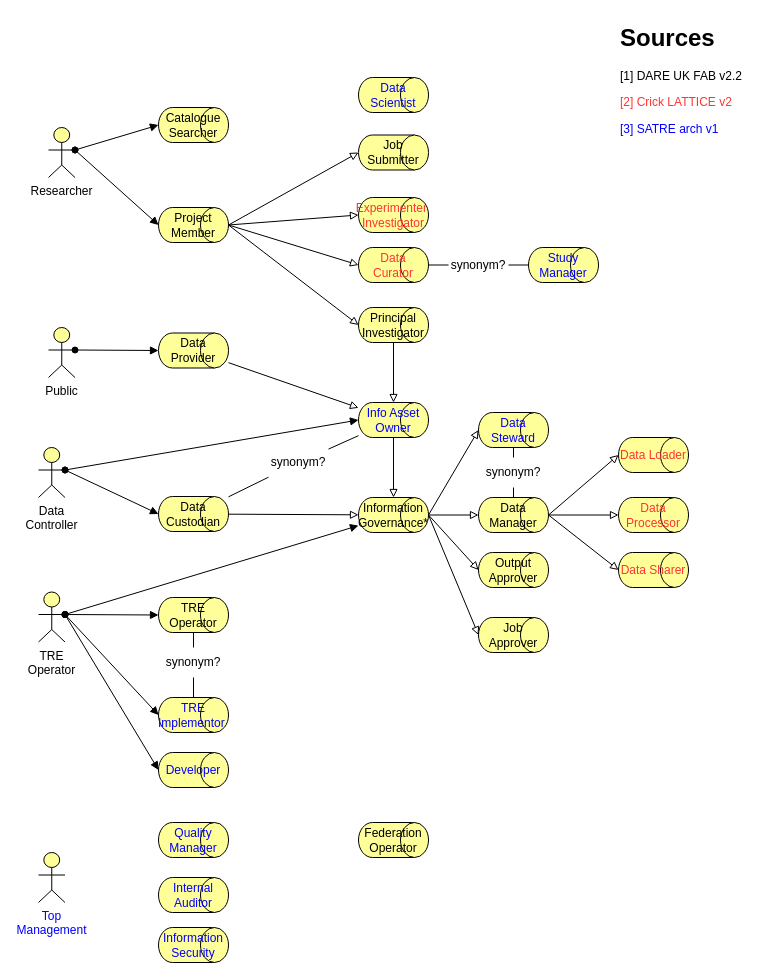
The draw.io diagram page "Page-1" (1 of 2) of Docs/Diagrams/TRE_Actors_Roles.drawio in sa-tre/satre-high-level-design, before the edit. Source tidied: cells renumbered, new cells numbered last; positions are measured from the earlier drawing's top-left corner, leaving out a move shared by most shapes. Both pictures are drawn from the tidied source at 100%, with x=0, y=0 at pixel (38, 17).
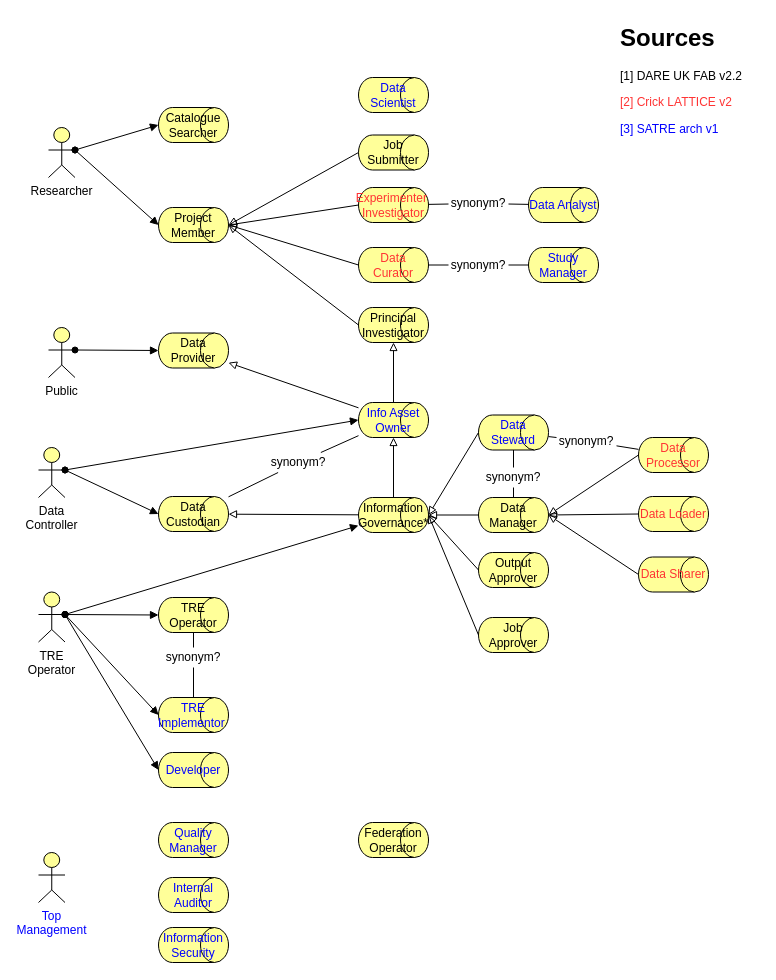
The same diagram, later.

Commit message (it also covers changes not shown here):
Updated diagram; fixed typos

Added SATRE Data Analyst as poss synonym for Experimenter / Investigator. Fixed semantic direction of specialisation arrows! Fixed typo in md.

The change refers to these unchanged cells:
```xml
<mxCell id="3" value="Project Member" style="html=1;outlineConnect=0;whiteSpace=wrap;fillColor=#ffff99;shape=mxgraph.archimate3.role;fontColor=#000000;" parent="1" vertex="1">
  <mxGeometry x="120" y="190" width="70" height="35" as="geometry" />
</mxCell>
<mxCell id="5" value="Principal Investigator" style="html=1;outlineConnect=0;whiteSpace=wrap;fillColor=#ffff99;shape=mxgraph.archimate3.role;fontColor=#000000;" parent="1" vertex="1">
  <mxGeometry x="320" y="290" width="70" height="35" as="geometry" />
</mxCell>
<mxCell id="6" value="Job Submitter" style="html=1;outlineConnect=0;whiteSpace=wrap;fillColor=#ffff99;shape=mxgraph.archimate3.role;fontColor=#000000;" parent="1" vertex="1">
  <mxGeometry x="320" y="117.5" width="70" height="35" as="geometry" />
</mxCell>
<mxCell id="8" value="Output Approver" style="html=1;outlineConnect=0;whiteSpace=wrap;fillColor=#ffff99;shape=mxgraph.archimate3.role;fontColor=#000000;" parent="1" vertex="1">
  <mxGeometry x="440" y="535" width="70" height="35" as="geometry" />
</mxCell>
<mxCell id="9" value="Data Manager" style="html=1;outlineConnect=0;whiteSpace=wrap;fillColor=#ffff99;shape=mxgraph.archimate3.role;fontColor=#000000;" parent="1" vertex="1">
  <mxGeometry x="440" y="480" width="70" height="35" as="geometry" />
</mxCell>
<mxCell id="10" value="Job Approver" style="html=1;outlineConnect=0;whiteSpace=wrap;fillColor=#ffff99;shape=mxgraph.archimate3.role;fontColor=#000000;" parent="1" vertex="1">
  <mxGeometry x="440" y="600" width="70" height="35" as="geometry" />
</mxCell>
<mxCell id="12" value="Data Custodian" style="html=1;outlineConnect=0;whiteSpace=wrap;fillColor=#ffff99;shape=mxgraph.archimate3.role;" parent="1" vertex="1">
  <mxGeometry x="120" y="479" width="70" height="35" as="geometry" />
</mxCell>
<mxCell id="16" value="Data Provider" style="html=1;outlineConnect=0;whiteSpace=wrap;fillColor=#ffff99;shape=mxgraph.archimate3.role;" parent="1" vertex="1">
  <mxGeometry x="120" y="315.5" width="70" height="35" as="geometry" />
</mxCell>
<mxCell id="20" value="Data Curator" style="html=1;outlineConnect=0;whiteSpace=wrap;fillColor=#ffff99;shape=mxgraph.archimate3.role;fontColor=#FF3333;" parent="1" vertex="1">
  <mxGeometry x="320" y="230" width="70" height="35" as="geometry" />
</mxCell>
<mxCell id="34" value="&lt;font style=&quot;color: rgb(0, 0, 255);&quot;&gt;Info Asset Owner&lt;/font&gt;" style="html=1;outlineConnect=0;whiteSpace=wrap;fillColor=#ffff99;shape=mxgraph.archimate3.role;" parent="1" vertex="1">
  <mxGeometry x="320" y="385" width="70" height="35" as="geometry" />
</mxCell>
<mxCell id="48" value="Information Governance*" style="html=1;outlineConnect=0;whiteSpace=wrap;fillColor=#ffff99;shape=mxgraph.archimate3.role;fontColor=#000000;" parent="1" vertex="1">
  <mxGeometry x="320" y="480" width="70" height="35" as="geometry" />
</mxCell>
```

Diff of the diagram source:
```diff
@@
     <mxCell id="7" value="Experimenter&amp;nbsp; Investigator" style="html=1;outlineConnect=0;whiteSpace=wrap;fillColor=#ffff99;shape=mxgraph.archimate3.role;fontColor=#FF3333;" parent="1" vertex="1">
-      <mxGeometry x="320" y="180" width="70" height="35" as="geometry" />
+      <mxGeometry x="320" y="170" width="70" height="35" as="geometry" />
     </mxCell>
@@
     <mxCell id="17" value="Data Loader" style="html=1;outlineConnect=0;whiteSpace=wrap;fillColor=#ffff99;shape=mxgraph.archimate3.role;fontColor=#FF3333;" parent="1" vertex="1">
-      <mxGeometry x="580" y="420" width="70" height="35" as="geometry" />
+      <mxGeometry x="600" y="479" width="70" height="35" as="geometry" />
     </mxCell>
     <mxCell id="18" value="Data Processor" style="html=1;outlineConnect=0;whiteSpace=wrap;fillColor=#ffff99;shape=mxgraph.archimate3.role;fontColor=#FF3333;" parent="1" vertex="1">
-      <mxGeometry x="580" y="480" width="70" height="35" as="geometry" />
+      <mxGeometry x="600" y="420" width="70" height="35" as="geometry" />
     </mxCell>
     <mxCell id="19" value="Data Sharer" style="html=1;outlineConnect=0;whiteSpace=wrap;fillColor=#ffff99;shape=mxgraph.archimate3.role;fontColor=#FF3333;" parent="1" vertex="1">
-      <mxGeometry x="580" y="535" width="70" height="35" as="geometry" />
+      <mxGeometry x="600" y="539.5" width="70" height="35" as="geometry" />
     </mxCell>
@@
-    <mxCell id="26" style="endArrow=block;html=1;endFill=0;elbow=vertical;rounded=0;exitX=1;exitY=0.5;exitDx=0;exitDy=0;exitPerimeter=0;entryX=0;entryY=0.5;entryDx=0;entryDy=0;entryPerimeter=0;fontColor=#000000;" parent="1" edge="1" source="3" target="6">
+    <mxCell id="26" style="endArrow=none;html=1;endFill=0;elbow=vertical;rounded=0;exitX=1;exitY=0.5;exitDx=0;exitDy=0;exitPerimeter=0;entryX=0;entryY=0.5;entryDx=0;entryDy=0;entryPerimeter=0;fontColor=#000000;startArrow=block;startFill=0;" parent="1" edge="1" source="3" target="6">
       <mxGeometry relative="1" as="geometry" />
     </mxCell>
-    <mxCell id="27" style="endArrow=block;html=1;endFill=0;elbow=vertical;rounded=0;exitX=1;exitY=0.5;exitDx=0;exitDy=0;exitPerimeter=0;entryX=0;entryY=0.5;entryDx=0;entryDy=0;entryPerimeter=0;fontColor=#000000;" parent="1" edge="1" source="3" target="7">
+    <mxCell id="27" style="endArrow=none;html=1;endFill=0;elbow=vertical;rounded=0;exitX=1;exitY=0.5;exitDx=0;exitDy=0;exitPerimeter=0;entryX=0;entryY=0.5;entryDx=0;entryDy=0;entryPerimeter=0;fontColor=#000000;startArrow=block;startFill=0;" parent="1" edge="1" source="3" target="7">
       <mxGeometry relative="1" as="geometry" />
     </mxCell>
-    <mxCell id="28" style="endArrow=block;html=1;endFill=0;elbow=vertical;rounded=0;exitX=1;exitY=0.5;exitDx=0;exitDy=0;exitPerimeter=0;entryX=0;entryY=0.5;entryDx=0;entryDy=0;entryPerimeter=0;fontColor=#000000;" parent="1" edge="1" source="3" target="20">
+    <mxCell id="28" style="endArrow=none;html=1;endFill=0;elbow=vertical;rounded=0;exitX=1;exitY=0.5;exitDx=0;exitDy=0;exitPerimeter=0;entryX=0;entryY=0.5;entryDx=0;entryDy=0;entryPerimeter=0;fontColor=#000000;startArrow=block;startFill=0;" parent="1" edge="1" source="3" target="20">
       <mxGeometry relative="1" as="geometry" />
     </mxCell>
-    <mxCell id="29" style="endArrow=block;html=1;endFill=0;elbow=vertical;rounded=0;exitX=1;exitY=0.5;exitDx=0;exitDy=0;exitPerimeter=0;entryX=0;entryY=0.5;entryDx=0;entryDy=0;entryPerimeter=0;fontColor=#000000;" parent="1" edge="1" source="3" target="5">
+    <mxCell id="29" style="endArrow=none;html=1;endFill=0;elbow=vertical;rounded=0;exitX=1;exitY=0.5;exitDx=0;exitDy=0;exitPerimeter=0;entryX=0;entryY=0.5;entryDx=0;entryDy=0;entryPerimeter=0;fontColor=#000000;startArrow=block;startFill=0;" parent="1" edge="1" source="3" target="5">
       <mxGeometry relative="1" as="geometry" />
     </mxCell>
-    <mxCell id="30" style="endArrow=block;html=1;endFill=0;elbow=vertical;rounded=0;exitX=1;exitY=0.5;exitDx=0;exitDy=0;exitPerimeter=0;entryX=0;entryY=0.5;entryDx=0;entryDy=0;entryPerimeter=0;fontColor=#000000;" parent="1" edge="1" source="9" target="17">
+    <mxCell id="30" style="endArrow=none;html=1;endFill=0;elbow=vertical;rounded=0;exitX=1;exitY=0.5;exitDx=0;exitDy=0;exitPerimeter=0;entryX=0;entryY=0.5;entryDx=0;entryDy=0;entryPerimeter=0;fontColor=#000000;startArrow=block;startFill=0;" parent="1" edge="1" source="9" target="17">
       <mxGeometry relative="1" as="geometry" />
     </mxCell>
-    <mxCell id="31" style="endArrow=block;html=1;endFill=0;elbow=vertical;rounded=0;exitX=1;exitY=0.5;exitDx=0;exitDy=0;exitPerimeter=0;entryX=0;entryY=0.5;entryDx=0;entryDy=0;entryPerimeter=0;fontColor=#000000;" parent="1" edge="1" source="9" target="18">
+    <mxCell id="31" style="endArrow=none;html=1;endFill=0;elbow=vertical;rounded=0;exitX=1;exitY=0.5;exitDx=0;exitDy=0;exitPerimeter=0;entryX=0;entryY=0.5;entryDx=0;entryDy=0;entryPerimeter=0;fontColor=#000000;startArrow=block;startFill=0;" parent="1" edge="1" source="9" target="18">
       <mxGeometry relative="1" as="geometry" />
     </mxCell>
-    <mxCell id="32" style="endArrow=block;html=1;endFill=0;elbow=vertical;rounded=0;exitX=1;exitY=0.5;exitDx=0;exitDy=0;exitPerimeter=0;entryX=0;entryY=0.5;entryDx=0;entryDy=0;entryPerimeter=0;fontColor=#000000;" parent="1" edge="1" source="9" target="19">
+    <mxCell id="32" style="endArrow=none;html=1;endFill=0;elbow=vertical;rounded=0;exitX=1;exitY=0.5;exitDx=0;exitDy=0;exitPerimeter=0;entryX=0;entryY=0.5;entryDx=0;entryDy=0;entryPerimeter=0;fontColor=#000000;startArrow=block;startFill=0;" parent="1" edge="1" source="9" target="19">
       <mxGeometry relative="1" as="geometry" />
     </mxCell>
@@
     <mxCell id="36" value="&lt;font style=&quot;color: rgb(0, 0, 255);&quot;&gt;Data Steward&lt;/font&gt;" style="html=1;outlineConnect=0;whiteSpace=wrap;fillColor=#ffff99;shape=mxgraph.archimate3.role;fontColor=#000000;" parent="1" vertex="1">
-      <mxGeometry x="440" y="395" width="70" height="35" as="geometry" />
+      <mxGeometry x="440" y="397.5" width="70" height="35" as="geometry" />
     </mxCell>
@@
-    <mxCell id="38" style="endArrow=block;html=1;endFill=0;elbow=vertical;rounded=0;exitX=0.5;exitY=1;exitDx=0;exitDy=0;exitPerimeter=0;entryX=0.5;entryY=0;entryDx=0;entryDy=0;entryPerimeter=0;fontColor=#000000;jumpStyle=gap;" parent="1" edge="1" source="5" target="34">
+    <mxCell id="38" style="endArrow=none;html=1;endFill=0;elbow=vertical;rounded=0;exitX=0.5;exitY=1;exitDx=0;exitDy=0;exitPerimeter=0;entryX=0.5;entryY=0;entryDx=0;entryDy=0;entryPerimeter=0;fontColor=#000000;jumpStyle=gap;startArrow=block;startFill=0;" parent="1" edge="1" source="5" target="34">
       <mxGeometry relative="1" as="geometry" />
     </mxCell>
@@
-    <mxCell id="49" style="endArrow=block;html=1;endFill=0;elbow=vertical;rounded=0;fontColor=#000000;jumpStyle=gap;entryX=0;entryY=0.5;entryDx=0;entryDy=0;entryPerimeter=0;exitX=1;exitY=0.5;exitDx=0;exitDy=0;exitPerimeter=0;" parent="1" edge="1" source="48" target="9">
+    <mxCell id="49" style="endArrow=none;html=1;endFill=0;elbow=vertical;rounded=0;fontColor=#000000;jumpStyle=gap;entryX=0;entryY=0.5;entryDx=0;entryDy=0;entryPerimeter=0;exitX=1;exitY=0.5;exitDx=0;exitDy=0;exitPerimeter=0;startArrow=block;startFill=0;" parent="1" edge="1" source="48" target="9">
       <mxGeometry relative="1" as="geometry" />
     </mxCell>
-    <mxCell id="50" style="endArrow=block;html=1;endFill=0;elbow=vertical;rounded=0;fontColor=#000000;jumpStyle=gap;exitX=1;exitY=0.5;exitDx=0;exitDy=0;exitPerimeter=0;entryX=0;entryY=0.5;entryDx=0;entryDy=0;entryPerimeter=0;" parent="1" edge="1" source="48" target="8">
+    <mxCell id="50" style="endArrow=none;html=1;endFill=0;elbow=vertical;rounded=0;fontColor=#000000;jumpStyle=gap;exitX=1;exitY=0.5;exitDx=0;exitDy=0;exitPerimeter=0;entryX=0;entryY=0.5;entryDx=0;entryDy=0;entryPerimeter=0;startArrow=block;startFill=0;" parent="1" edge="1" source="48" target="8">
       <mxGeometry relative="1" as="geometry" />
     </mxCell>
-    <mxCell id="51" style="endArrow=block;html=1;endFill=0;elbow=vertical;rounded=0;fontColor=#000000;jumpStyle=gap;entryX=0;entryY=0.5;entryDx=0;entryDy=0;entryPerimeter=0;exitX=1;exitY=0.5;exitDx=0;exitDy=0;exitPerimeter=0;" parent="1" edge="1" source="48" target="10">
+    <mxCell id="51" style="endArrow=none;html=1;endFill=0;elbow=vertical;rounded=0;fontColor=#000000;jumpStyle=gap;entryX=0;entryY=0.5;entryDx=0;entryDy=0;entryPerimeter=0;exitX=1;exitY=0.5;exitDx=0;exitDy=0;exitPerimeter=0;startArrow=block;startFill=0;" parent="1" edge="1" source="48" target="10">
       <mxGeometry relative="1" as="geometry" />
     </mxCell>
-    <mxCell id="52" style="endArrow=block;html=1;endFill=0;elbow=vertical;rounded=0;fontColor=#000000;jumpStyle=gap;entryX=0;entryY=0.5;entryDx=0;entryDy=0;entryPerimeter=0;exitX=1;exitY=0.5;exitDx=0;exitDy=0;exitPerimeter=0;" parent="1" edge="1" source="48" target="36">
+    <mxCell id="52" style="endArrow=none;html=1;endFill=0;elbow=vertical;rounded=0;fontColor=#000000;jumpStyle=gap;entryX=0;entryY=0.5;entryDx=0;entryDy=0;entryPerimeter=0;exitX=1;exitY=0.5;exitDx=0;exitDy=0;exitPerimeter=0;startArrow=block;startFill=0;" parent="1" edge="1" source="48" target="36">
       <mxGeometry relative="1" as="geometry" />
     </mxCell>
-    <mxCell id="53" style="endArrow=block;html=1;endFill=0;elbow=vertical;rounded=0;fontColor=#000000;jumpStyle=gap;exitX=0.5;exitY=1;exitDx=0;exitDy=0;exitPerimeter=0;" parent="1" edge="1" source="34" target="48">
+    <mxCell id="53" style="endArrow=none;html=1;endFill=0;elbow=vertical;rounded=0;fontColor=#000000;jumpStyle=gap;exitX=0.5;exitY=1;exitDx=0;exitDy=0;exitPerimeter=0;startArrow=block;startFill=0;" parent="1" edge="1" source="34" target="48">
       <mxGeometry relative="1" as="geometry" />
     </mxCell>
@@
-    <mxCell id="56" style="endArrow=block;html=1;endFill=0;elbow=vertical;rounded=0;fontColor=#000000;jumpStyle=gap;" parent="1" edge="1" source="12" target="48">
+    <mxCell id="56" style="endArrow=none;html=1;endFill=0;elbow=vertical;rounded=0;fontColor=#000000;jumpStyle=gap;startArrow=block;startFill=0;" parent="1" edge="1" source="12" target="48">
       <mxGeometry relative="1" as="geometry" />
     </mxCell>
@@
     <mxCell id="61" value="synonym?" style="text;html=1;align=center;verticalAlign=middle;whiteSpace=wrap;rounded=0;spacing=2;spacingBottom=0;fillColor=none;labelBackgroundColor=none;" parent="1" vertex="1">
-      <mxGeometry x="230" y="430" width="60" height="30" as="geometry" />
+      <mxGeometry x="230" y="435" width="60" height="20" as="geometry" />
     </mxCell>
@@
     <mxCell id="65" value="synonym?" style="text;html=1;align=center;verticalAlign=middle;whiteSpace=wrap;rounded=0;spacing=0;" parent="1" vertex="1">
-      <mxGeometry x="125" y="630" width="60" height="30" as="geometry" />
+      <mxGeometry x="125" y="630" width="60" height="20" as="geometry" />
     </mxCell>
@@
     <mxCell id="68" value="synonym?" style="text;html=1;align=center;verticalAlign=middle;whiteSpace=wrap;rounded=0;spacing=0;" parent="1" vertex="1">
-      <mxGeometry x="445" y="440" width="60" height="30" as="geometry" />
+      <mxGeometry x="445" y="450" width="60" height="20" as="geometry" />
     </mxCell>
-    <mxCell id="69" style="endArrow=block;html=1;endFill=0;elbow=vertical;rounded=0;fontColor=#000000;jumpStyle=gap;" parent="1" edge="1" source="16" target="34">
+    <mxCell id="69" style="endArrow=none;html=1;endFill=0;elbow=vertical;rounded=0;fontColor=#000000;jumpStyle=gap;startArrow=block;startFill=0;" parent="1" edge="1" source="16" target="34">
       <mxGeometry relative="1" as="geometry" />
     </mxCell>
+    <mxCell id="70" style="html=1;endArrow=none;elbow=vertical;rounded=0;" parent="1" edge="1" source="72" target="18">
+      <mxGeometry relative="1" as="geometry" />
+    </mxCell>
+    <mxCell id="71" style="html=1;endArrow=none;elbow=vertical;rounded=0;" parent="1" edge="1" source="36" target="72">
+      <mxGeometry relative="1" as="geometry" />
+    </mxCell>
+    <mxCell id="72" value="synonym?" style="text;html=1;align=center;verticalAlign=middle;whiteSpace=wrap;rounded=0;spacing=0;" parent="1" vertex="1">
+      <mxGeometry x="518" y="417" width="60" height="13" as="geometry" />
+    </mxCell>
+    <mxCell id="73" value="&lt;font style=&quot;color: rgb(0, 0, 255);&quot;&gt;Data Analyst&lt;/font&gt;" style="html=1;outlineConnect=0;whiteSpace=wrap;fillColor=#ffff99;shape=mxgraph.archimate3.role;fontColor=#000000;" parent="1" vertex="1">
+      <mxGeometry x="490" y="170" width="70" height="35" as="geometry" />
+    </mxCell>
+    <mxCell id="74" style="html=1;endArrow=none;elbow=vertical;rounded=0;" parent="1" edge="1" source="76" target="73">
+      <mxGeometry relative="1" as="geometry" />
+    </mxCell>
+    <mxCell id="75" style="html=1;endArrow=none;elbow=vertical;rounded=0;" parent="1" edge="1" source="7" target="76">
+      <mxGeometry relative="1" as="geometry" />
+    </mxCell>
+    <mxCell id="76" value="synonym?" style="text;html=1;align=center;verticalAlign=middle;whiteSpace=wrap;rounded=0;spacing=0;" parent="1" vertex="1">
+      <mxGeometry x="410" y="171" width="60" height="30" as="geometry" />
+    </mxCell>
```
